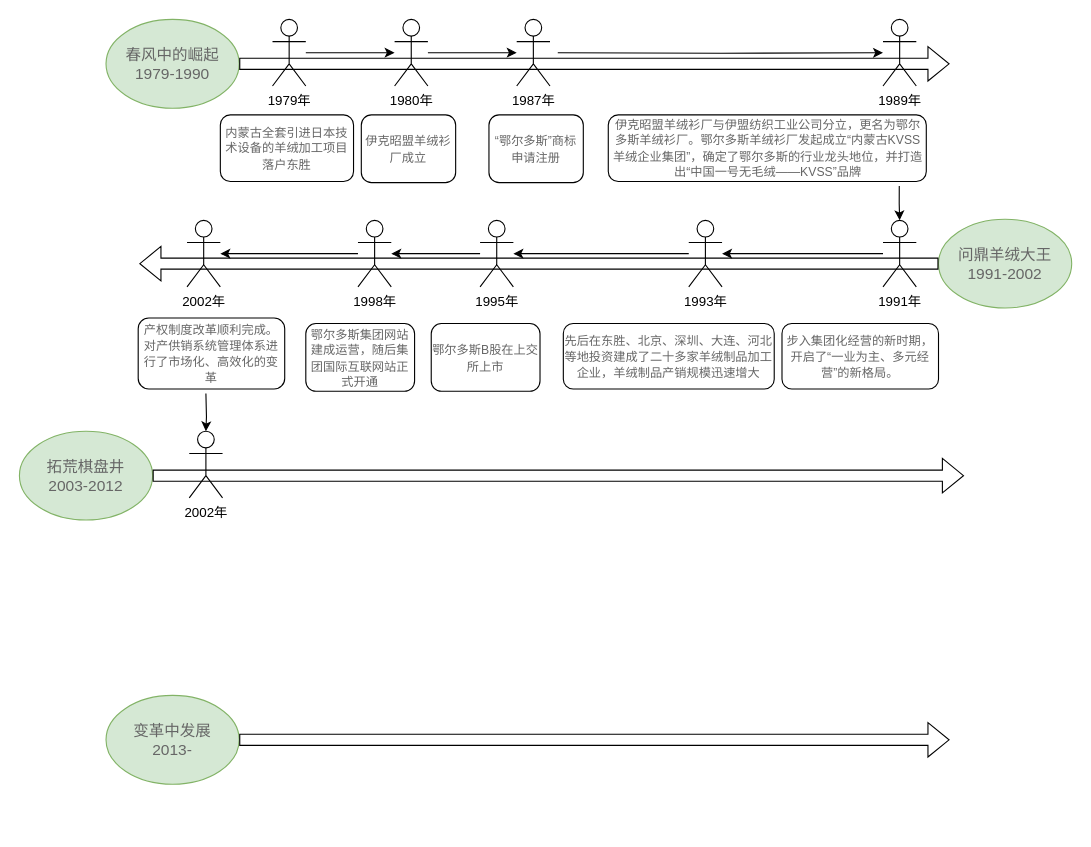
Before: 未命名绘图.drawio in quizhi44/linklink, a draw.io diagram. Source tidied: cells renumbered, new cells numbered last; positions are measured from the earlier drawing's top-left corner, leaving out a move shared by most shapes. Both pictures are drawn from the tidied source at 111%, with x=0, y=0 at pixel (19, 19).
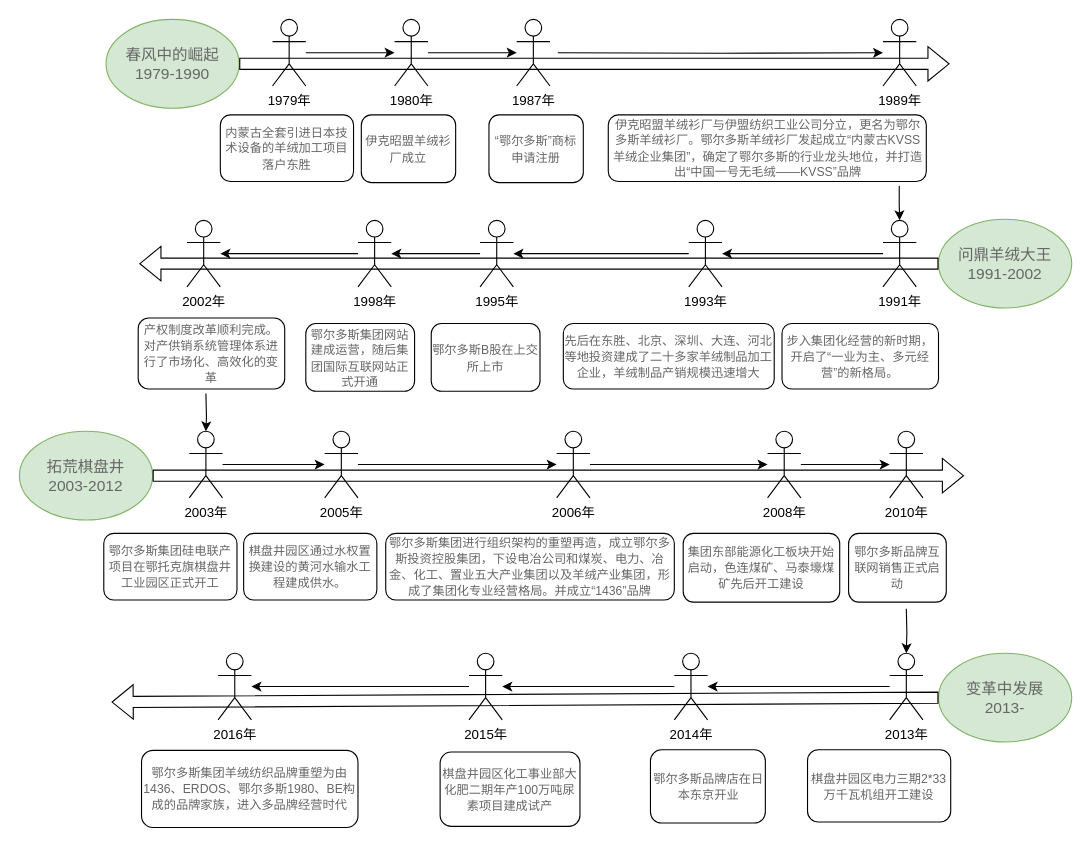
After the change.

The edit, as a diff of the source:
```diff
@@
     <mxCell id="5" value="&lt;span style=&quot;color: rgb(102, 102, 102); font-family: 微软雅黑, Arial, Helvetica, sans-serif; font-size: 14px; text-align: start;&quot;&gt;变革中发展&lt;/span&gt;&lt;div&gt;&lt;span style=&quot;color: rgb(102, 102, 102); font-family: 微软雅黑, Arial, Helvetica, sans-serif; font-size: 14px; text-align: start;&quot;&gt;2013-&lt;/span&gt;&lt;/div&gt;" style="ellipse;whiteSpace=wrap;html=1;fillColor=#d5e8d4;strokeColor=#82b366;" parent="1" vertex="1">
-      <mxGeometry x="78" y="609" width="120" height="80" as="geometry" />
+      <mxGeometry x="828" y="571" width="120" height="80" as="geometry" />
     </mxCell>
@@
-    <mxCell id="9" style="shape=flexArrow;endArrow=classic;html=1;rounded=0;exitX=1;exitY=0.5;exitDx=0;exitDy=0;" parent="1" edge="1" source="5">
+    <mxCell id="9" style="shape=flexArrow;endArrow=classic;html=1;rounded=0;exitX=0;exitY=0.5;exitDx=0;exitDy=0;" parent="1" edge="1" source="5">
       <mxGeometry relative="1" as="geometry">
-        <mxPoint x="838" y="649" as="targetPoint" />
+        <mxPoint x="83" y="615" as="targetPoint" />
       </mxGeometry>
     </mxCell>
@@
-    <mxCell id="25" value="&lt;span style=&quot;color: rgba(0, 0, 0, 0); font-family: monospace; font-size: 0px; font-style: normal; font-variant-ligatures: normal; font-variant-caps: normal; font-weight: 400; letter-spacing: normal; orphans: 2; text-align: start; text-indent: 0px; text-transform: none; widows: 2; word-spacing: 0px; -webkit-text-stroke-width: 0px; white-space: nowrap; background-color: rgb(255, 255, 255); text-decoration-thickness: initial; text-decoration-style: initial; text-decoration-color: initial; display: inline !important; float: none;&quot;&gt;%3CmxGraphModel%3E%3Croot%3E%3CmxCell%20id%3D%220%22%2F%3E%3CmxCell%20id%3D%221%22%20parent%3D%220%22%2F%3E%3CmxCell%20id%3D%222%22%22%20value%3D%22%26lt%3Bspan%20style%3D%26quot%3Bcolor%3A%20rgb（102%2C%20102%2C%20102）%3B%20font-family%3A%20%E5%BE%AE%E8%BD%AF%E9%9B%85%E9%BB%91%2C%20Arial%2C%20Helvetica%2C%20sans-serif%3B%20text-align%3A%20start%3B%20text-indent%3A%2028px%3B%26quot%3B%26gt%3B%26lt%3Bfont%20style%3D%26quot%3Bfont-size%3A%2011px%3B%26quot%3B%26gt%3B%E2%80%9C%E9%84%82%E5%B0%94%E5%A4%9A%E6%96%AF%E2%80%9D%E5%95%86%E6%A0%87%E7%94%B3%E8%AF%B7%E6%B3%A8%E5%86%8C%26lt%3B%2Ffont%26gt%3B%26lt%3B%2Fspan%26gt%3B%22%20style%3D%22rounded%3D1%3BwhiteSpace%3Dwrap%3Bhtml%3D1%3B%22%20vertex%3D%221%22%20parent%3D%221%22%3E%3CmxGeometry%20x%3D%22355%22%20y%3D%22190%22%20width%3D%2285%22%20height%3D%2261%22%20as%3D%22geometry%22%2F%3E%3C%2FmxCell%3E%3C%2FmxCell%3E%3C%2FmxGraphModel%3E&lt;/span&gt;" style="text;whiteSpace=wrap;html=1;" parent="1" vertex="1">
-      <mxGeometry x="535.7" y="350.3" width="28" height="36" as="geometry" />
-    </mxCell>
@@
+    <mxCell id="40" style="edgeStyle=orthogonalEdgeStyle;rounded=0;jettySize=auto;html=1;" parent="1" edge="1" source="39" target="43">
+      <mxGeometry relative="1" as="geometry" />
+    </mxCell>
-    <mxCell id="39" value="2002年" style="shape=umlActor;verticalLabelPosition=bottom;verticalAlign=top;html=1;outlineConnect=0;" parent="1" vertex="1">
+    <mxCell id="39" value="2003年" style="shape=umlActor;verticalLabelPosition=bottom;verticalAlign=top;html=1;outlineConnect=0;" parent="1" vertex="1">
       <mxGeometry x="153" y="371" width="30" height="60" as="geometry" />
     </mxCell>
+    <mxCell id="41" value="&lt;span style=&quot;color: rgb(102, 102, 102); font-family: 微软雅黑, Arial, Helvetica, sans-serif; text-align: start;&quot;&gt;&lt;font style=&quot;font-size: 11px;&quot;&gt;鄂尔多斯集团硅电联产项目在鄂托克旗棋盘井工业园区正式开工&lt;/font&gt;&lt;/span&gt;" style="rounded=1;whiteSpace=wrap;html=1;" parent="1" vertex="1">
+      <mxGeometry x="76" y="463" width="120" height="60" as="geometry" />
+    </mxCell>
+    <mxCell id="42" style="edgeStyle=orthogonalEdgeStyle;rounded=0;jettySize=auto;html=1;" parent="1" edge="1" source="43" target="46">
+      <mxGeometry relative="1" as="geometry" />
+    </mxCell>
+    <mxCell id="43" value="2005年" style="shape=umlActor;verticalLabelPosition=bottom;verticalAlign=top;html=1;outlineConnect=0;" parent="1" vertex="1">
+      <mxGeometry x="275" y="371" width="30" height="60" as="geometry" />
+    </mxCell>
+    <mxCell id="44" value="&lt;span style=&quot;color: rgb(102, 102, 102); font-family: 微软雅黑, Arial, Helvetica, sans-serif; text-align: start;&quot;&gt;&lt;font style=&quot;font-size: 11px;&quot;&gt;棋盘井园区通过水权置换建设的黄河水输水工程建成供水。&lt;/font&gt;&lt;/span&gt;" style="rounded=1;whiteSpace=wrap;html=1;" parent="1" vertex="1">
+      <mxGeometry x="202" y="463" width="120" height="60" as="geometry" />
+    </mxCell>
+    <mxCell id="45" style="edgeStyle=orthogonalEdgeStyle;rounded=0;jettySize=auto;html=1;" parent="1" edge="1" source="46" target="49">
+      <mxGeometry relative="1" as="geometry" />
+    </mxCell>
+    <mxCell id="46" value="2006年" style="shape=umlActor;verticalLabelPosition=bottom;verticalAlign=top;html=1;outlineConnect=0;" parent="1" vertex="1">
+      <mxGeometry x="484" y="371" width="30" height="60" as="geometry" />
+    </mxCell>
+    <mxCell id="47" value="&lt;span style=&quot;color: rgb(102, 102, 102); font-family: 微软雅黑, Arial, Helvetica, sans-serif; text-align: start;&quot;&gt;&lt;font style=&quot;font-size: 11px;&quot;&gt;鄂尔多斯集团进行组织架构的重塑再造，成立鄂尔多斯投资控股集团，下设电冶公司和煤炭、电力、冶金、化工、置业五大产业集团以及羊绒产业集团，形成了集团化专业经营格局。并成立&lt;/font&gt;&lt;/span&gt;&lt;span style=&quot;color: rgb(102, 102, 102); font-family: 微软雅黑, Arial, Helvetica, sans-serif; text-align: start;&quot;&gt;&lt;font style=&quot;font-size: 11px;&quot;&gt;“1436”品牌&lt;/font&gt;&lt;/span&gt;" style="rounded=1;whiteSpace=wrap;html=1;" parent="1" vertex="1">
+      <mxGeometry x="330" y="463" width="260" height="60" as="geometry" />
+    </mxCell>
+    <mxCell id="48" style="edgeStyle=orthogonalEdgeStyle;rounded=0;jettySize=auto;html=1;" parent="1" edge="1" source="49" target="52">
+      <mxGeometry relative="1" as="geometry" />
+    </mxCell>
+    <mxCell id="49" value="2008年" style="shape=umlActor;verticalLabelPosition=bottom;verticalAlign=top;html=1;outlineConnect=0;" parent="1" vertex="1">
+      <mxGeometry x="674" y="371" width="30" height="60" as="geometry" />
+    </mxCell>
+    <mxCell id="50" value="&lt;span style=&quot;color: rgb(102, 102, 102); font-family: 微软雅黑, Arial, Helvetica, sans-serif; text-align: start;&quot;&gt;&lt;font style=&quot;font-size: 11px;&quot;&gt;集团东部能源化工板块开始启动，色连煤矿、马泰壕煤矿先后开工建设&lt;/font&gt;&lt;/span&gt;" style="rounded=1;whiteSpace=wrap;html=1;" parent="1" vertex="1">
+      <mxGeometry x="598" y="463" width="141" height="62" as="geometry" />
+    </mxCell>
+    <mxCell id="51" style="edgeStyle=orthogonalEdgeStyle;rounded=0;jettySize=auto;html=1;" parent="1" edge="1" target="55">
+      <mxGeometry relative="1" as="geometry">
+        <mxPoint x="799" y="531" as="sourcePoint" />
+      </mxGeometry>
+    </mxCell>
+    <mxCell id="52" value="2010年" style="shape=umlActor;verticalLabelPosition=bottom;verticalAlign=top;html=1;outlineConnect=0;" parent="1" vertex="1">
+      <mxGeometry x="784" y="371" width="30" height="60" as="geometry" />
+    </mxCell>
+    <mxCell id="53" value="&lt;span style=&quot;color: rgb(102, 102, 102); font-family: 微软雅黑, Arial, Helvetica, sans-serif; text-align: start;&quot;&gt;&lt;font style=&quot;font-size: 11px;&quot;&gt;鄂尔多斯品牌互联网销售正式启动&lt;/font&gt;&lt;/span&gt;" style="rounded=1;whiteSpace=wrap;html=1;" parent="1" vertex="1">
+      <mxGeometry x="747" y="463" width="88" height="62" as="geometry" />
+    </mxCell>
+    <mxCell id="54" style="edgeStyle=orthogonalEdgeStyle;rounded=0;jettySize=auto;html=1;" parent="1" edge="1" source="55" target="58">
+      <mxGeometry relative="1" as="geometry" />
+    </mxCell>
+    <mxCell id="55" value="2013年" style="shape=umlActor;verticalLabelPosition=bottom;verticalAlign=top;html=1;outlineConnect=0;" parent="1" vertex="1">
+      <mxGeometry x="784" y="571" width="30" height="60" as="geometry" />
+    </mxCell>
+    <mxCell id="56" value="&lt;span style=&quot;color: rgb(102, 102, 102); font-family: 微软雅黑, Arial, Helvetica, sans-serif; text-align: start; text-indent: 28px;&quot;&gt;&lt;font style=&quot;font-size: 11px;&quot;&gt;棋盘井园区电力三期2*33万千瓦机组开工建设&lt;/font&gt;&lt;/span&gt;" style="rounded=1;whiteSpace=wrap;html=1;" parent="1" vertex="1">
+      <mxGeometry x="710" y="658" width="129" height="65" as="geometry" />
+    </mxCell>
+    <mxCell id="57" style="edgeStyle=orthogonalEdgeStyle;rounded=0;jettySize=auto;html=1;" parent="1" edge="1" source="58" target="61">
+      <mxGeometry relative="1" as="geometry" />
+    </mxCell>
+    <mxCell id="58" value="2014年" style="shape=umlActor;verticalLabelPosition=bottom;verticalAlign=top;html=1;outlineConnect=0;" parent="1" vertex="1">
+      <mxGeometry x="590" y="571" width="30" height="60" as="geometry" />
+    </mxCell>
+    <mxCell id="59" value="&lt;span style=&quot;color: rgb(102, 102, 102); font-family: 微软雅黑, Arial, Helvetica, sans-serif; text-align: start; text-indent: 28px;&quot;&gt;&lt;font style=&quot;font-size: 11px;&quot;&gt;鄂尔多斯品牌店在日本东京开业&lt;/font&gt;&lt;/span&gt;" style="rounded=1;whiteSpace=wrap;html=1;" parent="1" vertex="1">
+      <mxGeometry x="568.5" y="658" width="103.5" height="66" as="geometry" />
+    </mxCell>
+    <mxCell id="60" style="edgeStyle=orthogonalEdgeStyle;rounded=0;jettySize=auto;html=1;" parent="1" edge="1" source="61" target="63">
+      <mxGeometry relative="1" as="geometry" />
+    </mxCell>
+    <mxCell id="61" value="2015年" style="shape=umlActor;verticalLabelPosition=bottom;verticalAlign=top;html=1;outlineConnect=0;" parent="1" vertex="1">
+      <mxGeometry x="405" y="571" width="30" height="60" as="geometry" />
+    </mxCell>
+    <mxCell id="62" value="&lt;span style=&quot;color: rgb(102, 102, 102); font-family: 微软雅黑, Arial, Helvetica, sans-serif; text-align: start; text-indent: 28px;&quot;&gt;&lt;font style=&quot;font-size: 11px;&quot;&gt;棋盘井园区化工事业部大化肥二期年产100万吨尿素项目建成试产&lt;/font&gt;&lt;/span&gt;" style="rounded=1;whiteSpace=wrap;html=1;" parent="1" vertex="1">
+      <mxGeometry x="379" y="660" width="126" height="67" as="geometry" />
+    </mxCell>
+    <mxCell id="63" value="2016年" style="shape=umlActor;verticalLabelPosition=bottom;verticalAlign=top;html=1;outlineConnect=0;" parent="1" vertex="1">
+      <mxGeometry x="179" y="571" width="30" height="60" as="geometry" />
+    </mxCell>
+    <mxCell id="64" value="&lt;span style=&quot;color: rgb(102, 102, 102); font-family: 微软雅黑, Arial, Helvetica, sans-serif; text-align: start; text-indent: 28px;&quot;&gt;&lt;font style=&quot;font-size: 11px;&quot;&gt;鄂尔多斯集团羊绒纺织品牌重塑为由1436、ERDOS、鄂尔多斯1980、BE构成的品牌家族，进入多品牌经营时代&lt;/font&gt;&lt;/span&gt;" style="rounded=1;whiteSpace=wrap;html=1;" parent="1" vertex="1">
+      <mxGeometry x="110" y="658.5" width="195" height="69.5" as="geometry" />
+    </mxCell>
```
